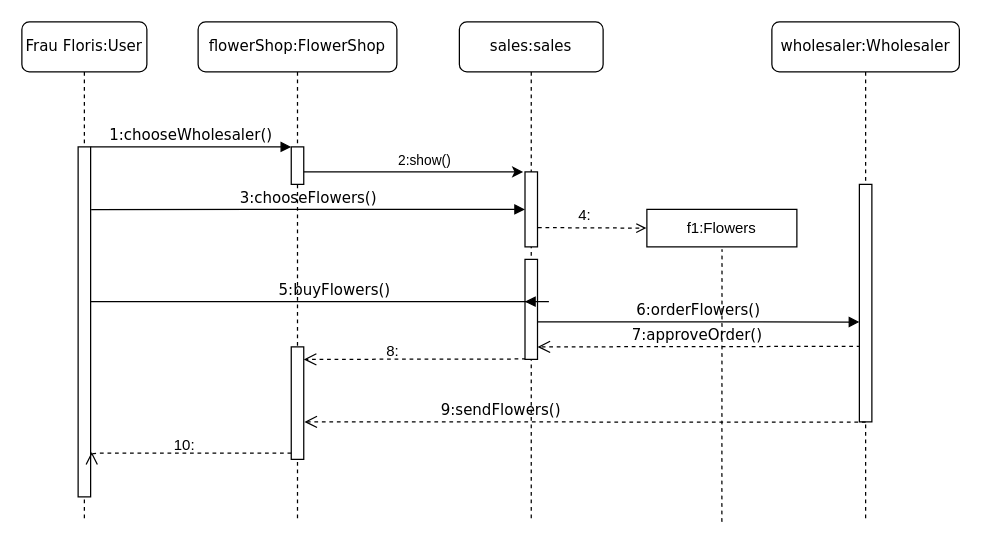
This is src/main/asciidoc/models/analysis/sequencediagram101.drawio from mrEkso/Flower-Shop-Management-System, a draw.io file, before an edit. Source tidied: cells renumbered, new cells numbered last; positions are measured from the earlier drawing's top-left corner, leaving out a move shared by most shapes. Both pictures are drawn from the tidied source at 125%, with x=0, y=0 at pixel (21, 21).
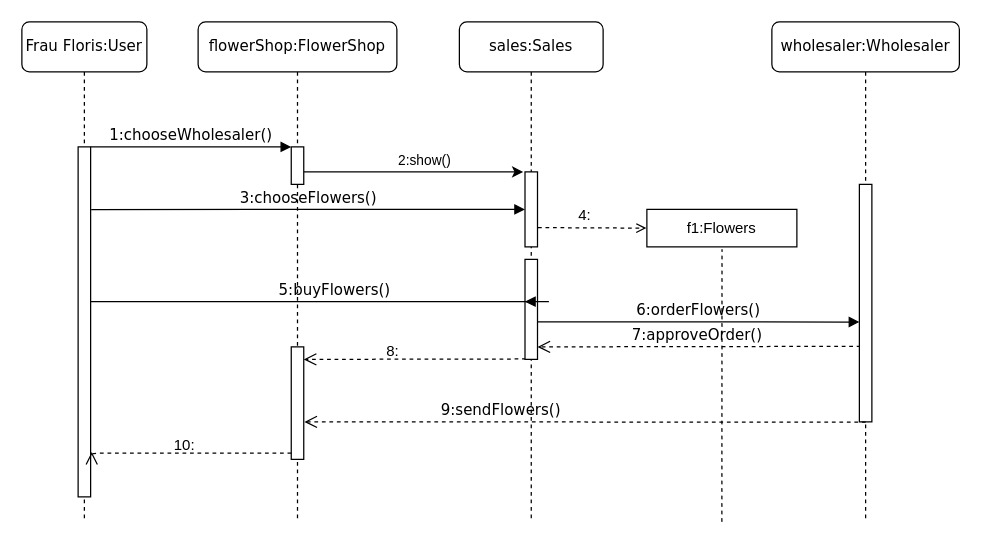
The same diagram, later.

The edit, as a diff of the source:
```diff
@@
-    <mxCell id="9" value="sales:sales" style="shape=umlLifeline;perimeter=lifelinePerimeter;whiteSpace=wrap;html=1;rounded=1;shadow=0;comic=0;labelBackgroundColor=none;strokeWidth=1;fontFamily=Verdana;fontSize=12;align=center;" parent="1" vertex="1">
+    <mxCell id="9" value="sales:Sales" style="shape=umlLifeline;perimeter=lifelinePerimeter;whiteSpace=wrap;html=1;rounded=1;shadow=0;comic=0;labelBackgroundColor=none;strokeWidth=1;fontFamily=Verdana;fontSize=12;align=center;" parent="1" vertex="1">
       <mxGeometry x="350" width="115" height="400" as="geometry" />
     </mxCell>
```
